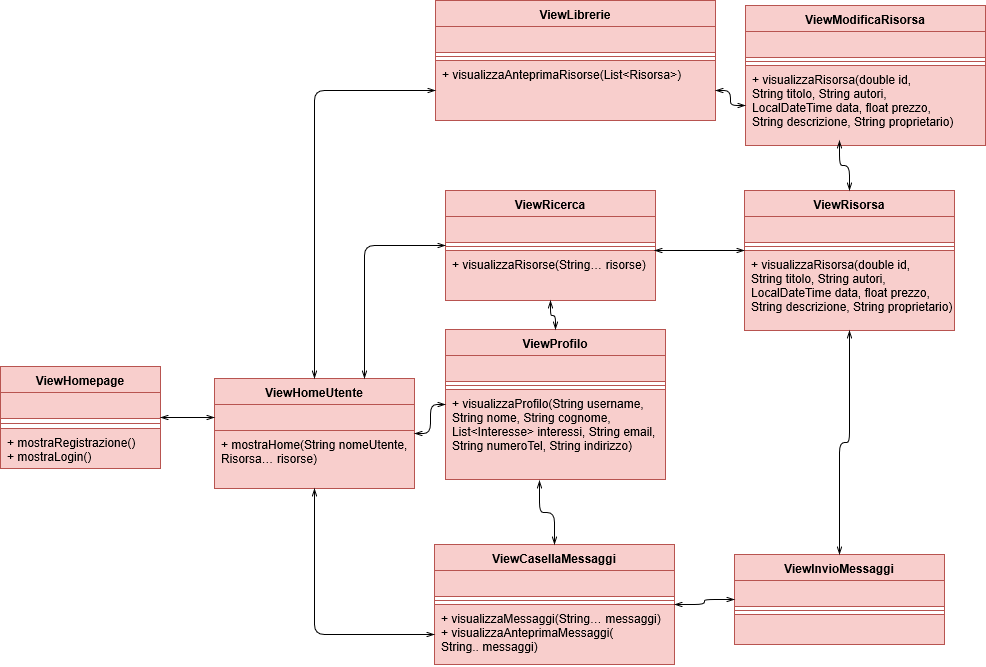
This is Reingegnerizzazione/dettaglioClientUtente.png from SundavarBlaka/Alexandria, a draw.io export, as it was before one commit. Source tidied: cells renumbered, new cells last; positions are measured from the earlier drawing's top-left corner, leaving out a move shared by most shapes.
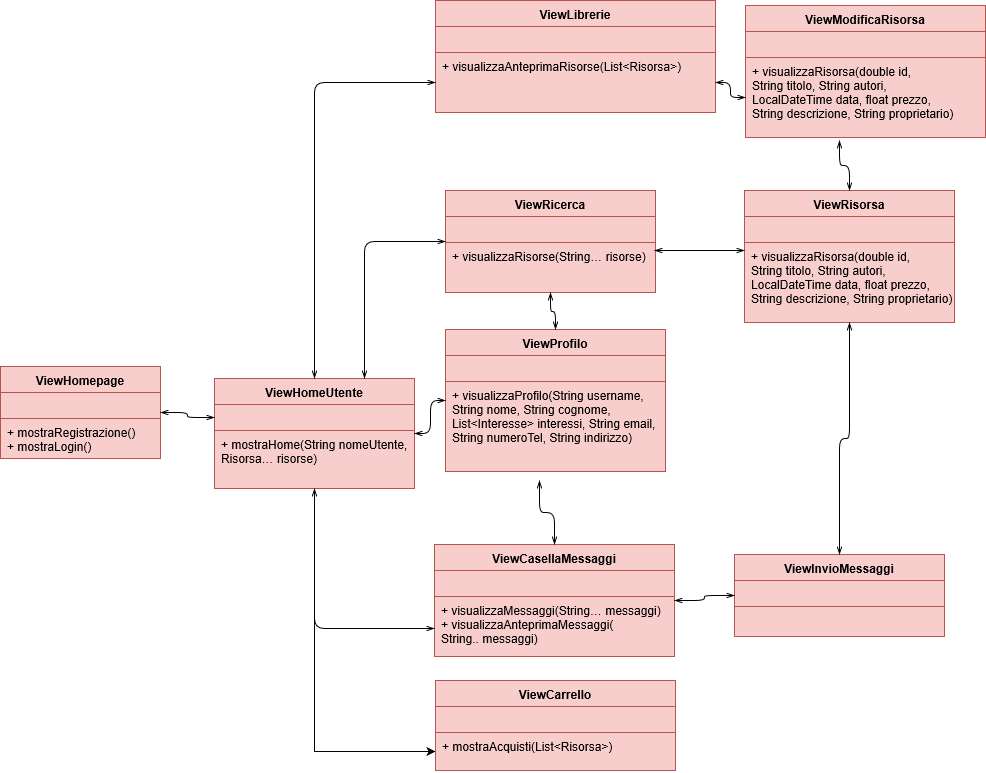
After the commit.

The edit, as a diff of the source:
```diff
@@ -3,29 +3,26 @@
     <mxCell id="0" />
     <mxCell id="1" parent="0" />
     <mxCell id="2" value="ViewHomepage&#10;" style="swimlane;fontStyle=1;align=center;verticalAlign=top;horizontal=1;startSize=26;fillColor=#f8cecc;strokeColor=#b85450;" parent="1" vertex="1">
-      <mxGeometry y="366" width="160" height="102" as="geometry" />
+      <mxGeometry y="366" width="160" height="92" as="geometry" />
     </mxCell>
     <mxCell id="3" style="text;strokeColor=#b85450;fillColor=#f8cecc;align=left;verticalAlign=top;spacingLeft=4;spacingRight=4;overflow=hidden;" parent="2" vertex="1">
       <mxGeometry y="26" width="160" height="26" as="geometry" />
     </mxCell>
-    <mxCell id="4" style="line;strokeWidth=1;fillColor=#f8cecc;align=left;verticalAlign=middle;spacingTop=-1;spacingLeft=3;spacingRight=3;labelPosition=right;strokeColor=#b85450;" parent="2" vertex="1">
-      <mxGeometry y="52" width="160" height="10" as="geometry" />
-    </mxCell>
     <mxCell id="5" value="+ mostraRegistrazione()&#10;+ mostraLogin()&#10;" style="text;strokeColor=#b85450;fillColor=#f8cecc;align=left;verticalAlign=top;spacingLeft=4;spacingRight=4;overflow=hidden;" parent="2" vertex="1">
-      <mxGeometry y="62" width="160" height="40" as="geometry" />
+      <mxGeometry y="52" width="160" height="40" as="geometry" />
     </mxCell>
     <mxCell id="6" value="ViewRisorsa&#10;" style="swimlane;fontStyle=1;align=center;verticalAlign=top;horizontal=1;startSize=26;fillColor=#f8cecc;strokeColor=#b85450;" parent="1" vertex="1">
-      <mxGeometry x="744" y="190" width="210" height="140" as="geometry" />
+      <mxGeometry x="744" y="190" width="210" height="132" as="geometry" />
     </mxCell>
     <mxCell id="7" style="text;strokeColor=#b85450;fillColor=#f8cecc;align=left;verticalAlign=top;spacingLeft=4;spacingRight=4;overflow=hidden;" parent="6" vertex="1">
       <mxGeometry y="26" width="210" height="26" as="geometry" />
     </mxCell>
-    <mxCell id="8" style="line;strokeWidth=1;fillColor=#f8cecc;align=left;verticalAlign=middle;spacingTop=-1;spacingLeft=3;spacingRight=3;labelPosition=right;strokeColor=#b85450;" parent="6" vertex="1">
-      <mxGeometry y="52" width="210" height="8" as="geometry" />
-    </mxCell>
     <mxCell id="9" value="+ visualizzaRisorsa(double id,&#10;String titolo, String autori, &#10;LocalDateTime data, float prezzo,&#10;String descrizione, String proprietario)" style="text;strokeColor=#b85450;fillColor=#f8cecc;align=left;verticalAlign=top;spacingLeft=4;spacingRight=4;overflow=hidden;" parent="6" vertex="1">
-      <mxGeometry y="60" width="210" height="80" as="geometry" />
+      <mxGeometry y="52" width="210" height="80" as="geometry" />
     </mxCell>
+    <mxCell id="75" style="edgeStyle=orthogonalEdgeStyle;rounded=0;jettySize=auto;html=1;entryX=0;entryY=0.5;entryDx=0;entryDy=0;" parent="1" edge="1" source="10" target="78">
+      <mxGeometry relative="1" as="geometry" />
+    </mxCell>
     <mxCell id="10" value="ViewHomeUtente&#10;" style="swimlane;fontStyle=1;align=center;verticalAlign=top;horizontal=1;startSize=26;fillColor=#f8cecc;strokeColor=#b85450;" parent="1" vertex="1">
       <mxGeometry x="214" y="378" width="200" height="110" as="geometry" />
     </mxCell>
@@ -39,64 +36,49 @@
       <mxGeometry y="52" width="200" height="58" as="geometry" />
     </mxCell>
     <mxCell id="14" value="ViewProfilo&#10;" style="swimlane;fontStyle=1;align=center;verticalAlign=top;horizontal=1;startSize=26;fillColor=#f8cecc;strokeColor=#b85450;" parent="1" vertex="1">
-      <mxGeometry x="445" y="329" width="220" height="150" as="geometry" />
+      <mxGeometry x="445" y="329" width="220" height="142" as="geometry" />
     </mxCell>
     <mxCell id="15" style="text;strokeColor=#b85450;fillColor=#f8cecc;align=left;verticalAlign=top;spacingLeft=4;spacingRight=4;overflow=hidden;" parent="14" vertex="1">
       <mxGeometry y="26" width="220" height="26" as="geometry" />
     </mxCell>
-    <mxCell id="16" style="line;strokeWidth=1;fillColor=#f8cecc;align=left;verticalAlign=middle;spacingTop=-1;spacingLeft=3;spacingRight=3;labelPosition=right;strokeColor=#b85450;" parent="14" vertex="1">
-      <mxGeometry y="52" width="220" height="8" as="geometry" />
-    </mxCell>
     <mxCell id="17" value="+ visualizzaProfilo(String username,&#10;String nome, String cognome,&#10;List&lt;Interesse&gt; interessi, String email,&#10;String numeroTel, String indirizzo)&#10;" style="text;strokeColor=#b85450;fillColor=#f8cecc;align=left;verticalAlign=top;spacingLeft=4;spacingRight=4;overflow=hidden;" parent="14" vertex="1">
-      <mxGeometry y="60" width="220" height="90" as="geometry" />
+      <mxGeometry y="52" width="220" height="90" as="geometry" />
     </mxCell>
     <mxCell id="18" value="ViewCasellaMessaggi&#10;" style="swimlane;fontStyle=1;align=center;verticalAlign=top;horizontal=1;startSize=26;fillColor=#f8cecc;strokeColor=#b85450;" parent="1" vertex="1">
-      <mxGeometry x="434" y="544" width="240" height="120" as="geometry" />
+      <mxGeometry x="434" y="544" width="240" height="112" as="geometry" />
     </mxCell>
     <mxCell id="19" style="text;strokeColor=#b85450;fillColor=#f8cecc;align=left;verticalAlign=top;spacingLeft=4;spacingRight=4;overflow=hidden;" parent="18" vertex="1">
       <mxGeometry y="26" width="240" height="26" as="geometry" />
     </mxCell>
-    <mxCell id="20" style="line;strokeWidth=1;fillColor=#f8cecc;align=left;verticalAlign=middle;spacingTop=-1;spacingLeft=3;spacingRight=3;labelPosition=right;strokeColor=#b85450;" parent="18" vertex="1">
-      <mxGeometry y="52" width="240" height="8" as="geometry" />
-    </mxCell>
     <mxCell id="21" value="+ visualizzaMessaggi(String… messaggi)&#10;+ visualizzaAnteprimaMessaggi(&#10;String.. messaggi)" style="text;strokeColor=#b85450;fillColor=#f8cecc;align=left;verticalAlign=top;spacingLeft=4;spacingRight=4;overflow=hidden;" parent="18" vertex="1">
-      <mxGeometry y="60" width="240" height="60" as="geometry" />
+      <mxGeometry y="52" width="240" height="60" as="geometry" />
     </mxCell>
     <mxCell id="22" value="ViewInvioMessaggi&#10;" style="swimlane;fontStyle=1;align=center;verticalAlign=top;horizontal=1;startSize=26;fillColor=#f8cecc;strokeColor=#b85450;" parent="1" vertex="1">
-      <mxGeometry x="734" y="554" width="210" height="90" as="geometry" />
+      <mxGeometry x="734" y="554" width="210" height="82" as="geometry" />
     </mxCell>
     <mxCell id="23" style="text;strokeColor=#b85450;fillColor=#f8cecc;align=left;verticalAlign=top;spacingLeft=4;spacingRight=4;overflow=hidden;" parent="22" vertex="1">
       <mxGeometry y="26" width="210" height="26" as="geometry" />
     </mxCell>
-    <mxCell id="24" style="line;strokeWidth=1;fillColor=#f8cecc;align=left;verticalAlign=middle;spacingTop=-1;spacingLeft=3;spacingRight=3;labelPosition=right;strokeColor=#b85450;" parent="22" vertex="1">
-      <mxGeometry y="52" width="210" height="8" as="geometry" />
-    </mxCell>
     <mxCell id="25" value="&#10;" style="text;strokeColor=#b85450;fillColor=#f8cecc;align=left;verticalAlign=top;spacingLeft=4;spacingRight=4;overflow=hidden;" parent="22" vertex="1">
-      <mxGeometry y="60" width="210" height="30" as="geometry" />
+      <mxGeometry y="52" width="210" height="30" as="geometry" />
     </mxCell>
     <mxCell id="26" value="ViewLibrerie&#10;" style="swimlane;fontStyle=1;align=center;verticalAlign=top;horizontal=1;startSize=26;fillColor=#f8cecc;strokeColor=#b85450;" parent="1" vertex="1">
-      <mxGeometry x="435" width="280" height="120" as="geometry" />
+      <mxGeometry x="435" width="280" height="112" as="geometry" />
     </mxCell>
     <mxCell id="27" style="text;strokeColor=#b85450;fillColor=#f8cecc;align=left;verticalAlign=top;spacingLeft=4;spacingRight=4;overflow=hidden;" parent="26" vertex="1">
       <mxGeometry y="26" width="280" height="26" as="geometry" />
     </mxCell>
-    <mxCell id="28" style="line;strokeWidth=1;fillColor=#f8cecc;align=left;verticalAlign=middle;spacingTop=-1;spacingLeft=3;spacingRight=3;labelPosition=right;strokeColor=#b85450;" parent="26" vertex="1">
-      <mxGeometry y="52" width="280" height="8" as="geometry" />
-    </mxCell>
     <mxCell id="29" value="+ visualizzaAnteprimaRisorse(List&lt;Risorsa&gt;)&#10;" style="text;strokeColor=#b85450;fillColor=#f8cecc;align=left;verticalAlign=top;spacingLeft=4;spacingRight=4;overflow=hidden;points=[[0,0.5],[1,0.5]];portConstraint=eastwest;" parent="26" vertex="1">
-      <mxGeometry y="60" width="280" height="60" as="geometry" />
+      <mxGeometry y="52" width="280" height="60" as="geometry" />
     </mxCell>
     <mxCell id="30" value="ViewModificaRisorsa&#10;" style="swimlane;fontStyle=1;align=center;verticalAlign=top;horizontal=1;startSize=26;fillColor=#f8cecc;strokeColor=#b85450;" parent="1" vertex="1">
-      <mxGeometry x="745" y="5" width="240" height="140" as="geometry" />
+      <mxGeometry x="745" y="5" width="240" height="132" as="geometry" />
     </mxCell>
     <mxCell id="31" style="text;strokeColor=#b85450;fillColor=#f8cecc;align=left;verticalAlign=top;spacingLeft=4;spacingRight=4;overflow=hidden;" parent="30" vertex="1">
       <mxGeometry y="26" width="240" height="26" as="geometry" />
     </mxCell>
-    <mxCell id="32" style="line;strokeWidth=1;fillColor=#f8cecc;align=left;verticalAlign=middle;spacingTop=-1;spacingLeft=3;spacingRight=3;labelPosition=right;strokeColor=#b85450;" parent="30" vertex="1">
-      <mxGeometry y="52" width="240" height="8" as="geometry" />
-    </mxCell>
     <mxCell id="33" value="+ visualizzaRisorsa(double id,&#10;String titolo, String autori, &#10;LocalDateTime data, float prezzo,&#10;String descrizione, String proprietario)" style="text;strokeColor=#b85450;fillColor=#f8cecc;align=left;verticalAlign=top;spacingLeft=4;spacingRight=4;overflow=hidden;points=[[0,0.5],[1,0.5]];portConstraint=eastwest;" parent="30" vertex="1">
-      <mxGeometry y="60" width="240" height="80" as="geometry" />
+      <mxGeometry y="52" width="240" height="80" as="geometry" />
     </mxCell>
     <mxCell id="34" style="endArrow=openThin;html=1;edgeStyle=orthogonalEdgeStyle;exitX=1;exitY=0.5;exitDx=0;exitDy=0;entryX=0;entryY=0.5;entryDx=0;entryDy=0;endFill=0;startArrow=openThin;startFill=0;" parent="1" edge="1" source="2" target="11">
       <mxGeometry relative="1" as="geometry" />
@@ -155,16 +137,13 @@
       <mxGeometry x="1" relative="1" as="geometry" />
     </mxCell>
     <mxCell id="52" value="ViewRicerca&#10;" style="swimlane;fontStyle=1;align=center;verticalAlign=top;horizontal=1;startSize=26;fillColor=#f8cecc;strokeColor=#b85450;" parent="1" vertex="1">
-      <mxGeometry x="445" y="190" width="210" height="110" as="geometry" />
+      <mxGeometry x="445" y="190" width="210" height="102" as="geometry" />
     </mxCell>
     <mxCell id="53" style="text;strokeColor=#b85450;fillColor=#f8cecc;align=left;verticalAlign=top;spacingLeft=4;spacingRight=4;overflow=hidden;" parent="52" vertex="1">
       <mxGeometry y="26" width="210" height="26" as="geometry" />
     </mxCell>
-    <mxCell id="54" style="line;strokeWidth=1;fillColor=#f8cecc;align=left;verticalAlign=middle;spacingTop=-1;spacingLeft=3;spacingRight=3;labelPosition=right;strokeColor=#b85450;" parent="52" vertex="1">
-      <mxGeometry y="52" width="210" height="8" as="geometry" />
-    </mxCell>
     <mxCell id="55" value="+ visualizzaRisorse(String… risorse)&#10;" style="text;strokeColor=#b85450;fillColor=#f8cecc;align=left;verticalAlign=top;spacingLeft=4;spacingRight=4;overflow=hidden;" parent="52" vertex="1">
-      <mxGeometry y="60" width="210" height="50" as="geometry" />
+      <mxGeometry y="52" width="210" height="50" as="geometry" />
     </mxCell>
     <mxCell id="56" value="&lt;br&gt;" style="html=1;align=left;verticalAlign=bottom;labelBackgroundColor=#ffffff;fontSize=10;" parent="1" vertex="1">
       <mxGeometry x="540" y="190" as="geometry" />
@@ -228,5 +207,23 @@
     <mxCell id="74" value="&lt;br&gt;" style="html=1;align=right;verticalAlign=bottom;labelBackgroundColor=#ffffff;fontSize=10;" parent="72" vertex="1">
       <mxGeometry x="1" relative="1" as="geometry" />
     </mxCell>
+    <mxCell id="76" value="ViewCarrello&#10;" style="swimlane;fontStyle=1;align=center;verticalAlign=top;horizontal=1;startSize=26;fillColor=#f8cecc;strokeColor=#b85450;" parent="1" vertex="1">
+      <mxGeometry x="435" y="680" width="240" height="90" as="geometry" />
+    </mxCell>
+    <mxCell id="77" style="text;strokeColor=#b85450;fillColor=#f8cecc;align=left;verticalAlign=top;spacingLeft=4;spacingRight=4;overflow=hidden;" parent="76" vertex="1">
+      <mxGeometry y="26" width="240" height="26" as="geometry" />
+    </mxCell>
+    <mxCell id="78" value="+ mostraAcquisti(List&lt;Risorsa&gt;)" style="text;strokeColor=#b85450;fillColor=#f8cecc;align=left;verticalAlign=top;spacingLeft=4;spacingRight=4;overflow=hidden;points=[[0,0.5],[1,0.5]];portConstraint=eastwest;" parent="76" vertex="1">
+      <mxGeometry y="52" width="240" height="38" as="geometry" />
+    </mxCell>
+    <mxCell id="79" value="&lt;br&gt;" style="html=1;align=right;verticalAlign=bottom;labelBackgroundColor=#ffffff;fontSize=10;" parent="1" vertex="1">
+      <mxGeometry x="435" y="770" as="geometry" />
+    </mxCell>
+    <mxCell id="80" value="&lt;br&gt;" style="html=1;align=left;verticalAlign=bottom;labelBackgroundColor=#ffffff;fontSize=10;" parent="1" vertex="1">
+      <mxGeometry x="555" y="680" as="geometry" />
+    </mxCell>
+    <mxCell id="81" value="&lt;br&gt;" style="html=1;align=left;verticalAlign=bottom;labelBackgroundColor=#ffffff;fontSize=10;" parent="1" vertex="1">
+      <mxGeometry x="675" y="740" as="geometry" />
+    </mxCell>
   </root>
 </mxGraphModel>
```
